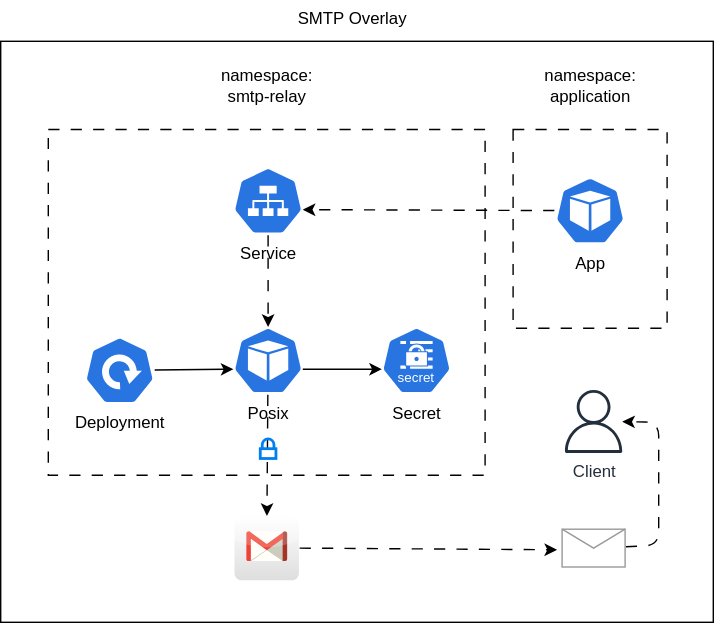
Above: diagram.drawio.svg in gersontpc/smtp-operator (draw.io), before the change. Source tidied: cells renumbered, new cells last; positions are measured from the earlier drawing's top-left corner, leaving out a move shared by most shapes.
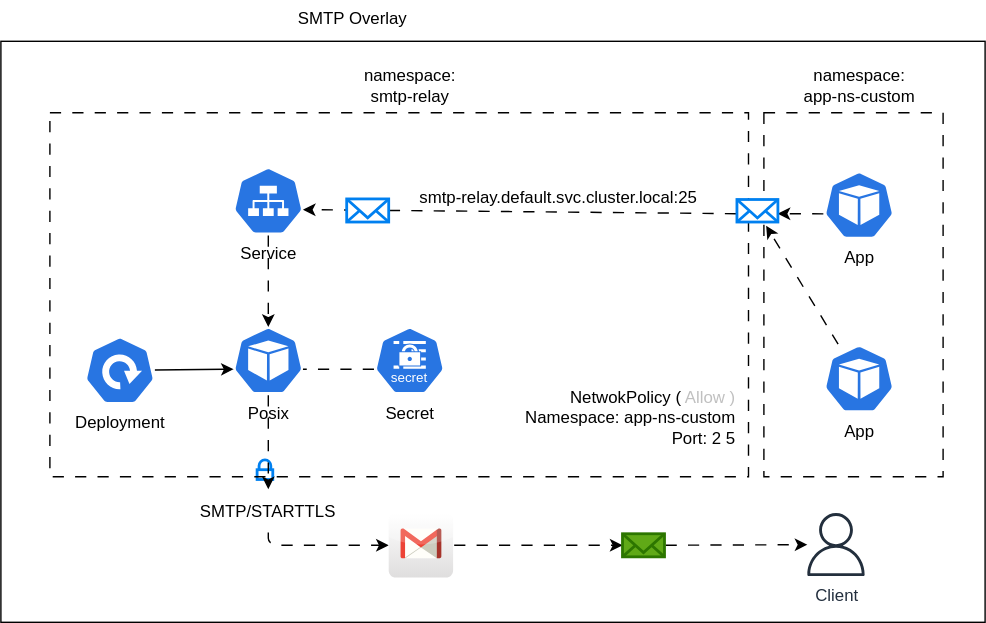
After the change.

Diff of the diagram source:
```diff
@@ -3,7 +3,7 @@
     <mxCell id="0" />
     <mxCell id="1" parent="0" />
     <mxCell id="2" style="rounded=0;whiteSpace=wrap;html=1;" parent="1" vertex="1">
-      <mxGeometry y="29" width="509" height="415" as="geometry" />
+      <mxGeometry y="29" width="703" height="415" as="geometry" />
     </mxCell>
     <mxCell id="3" value="SMTP Overlay" style="text;html=1;align=center;verticalAlign=middle;strokeColor=none;fillColor=none;" parent="1" vertex="1">
       <mxGeometry x="202.5" width="96" height="26" as="geometry" />
@@ -15,10 +15,15 @@
       <mxGeometry x="166" y="119" width="50" height="48" as="geometry" />
     </mxCell>
     <mxCell id="6" value="Secret" style="sketch=0;html=1;dashed=0;whitespace=wrap;verticalLabelPosition=bottom;verticalAlign=top;fillColor=#2875E2;strokeColor=#ffffff;points=[[0.005,0.63,0],[0.1,0.2,0],[0.9,0.2,0],[0.5,0,0],[0.995,0.63,0],[0.72,0.99,0],[0.5,1,0],[0.28,0.99,0]];shape=mxgraph.kubernetes.icon2;kubernetesLabel=1;prIcon=secret;" parent="1" vertex="1">
-      <mxGeometry x="272" y="233" width="50" height="48" as="geometry" />
+      <mxGeometry x="267" y="233" width="50" height="48" as="geometry" />
     </mxCell>
-    <mxCell id="7" style="edgeStyle=none;html=1;flowAnimation=1;" parent="1" edge="1" source="8" target="17">
-      <mxGeometry relative="1" as="geometry" />
+    <mxCell id="7" style="edgeStyle=none;html=1;flowAnimation=1;" parent="1" edge="1" source="36">
+      <mxGeometry relative="1" as="geometry">
+        <mxPoint x="277" y="389" as="targetPoint" />
+        <Array as="points">
+          <mxPoint x="191" y="389" />
+        </Array>
+      </mxGeometry>
     </mxCell>
     <mxCell id="8" value="Posix" style="sketch=0;html=1;dashed=0;whitespace=wrap;verticalLabelPosition=bottom;verticalAlign=top;fillColor=#2875E2;strokeColor=#ffffff;points=[[0.005,0.63,0],[0.1,0.2,0],[0.9,0.2,0],[0.5,0,0],[0.995,0.63,0],[0.72,0.99,0],[0.5,1,0],[0.28,0.99,0]];shape=mxgraph.kubernetes.icon2;prIcon=pod;" parent="1" vertex="1">
       <mxGeometry x="166" y="233" width="50" height="48" as="geometry" />
@@ -29,51 +34,71 @@
     <mxCell id="10" style="edgeStyle=none;html=1;entryX=0.5;entryY=0;entryDx=0;entryDy=0;entryPerimeter=0;flowAnimation=1;" parent="1" edge="1" source="5" target="8">
       <mxGeometry relative="1" as="geometry" />
     </mxCell>
-    <mxCell id="11" style="rounded=0;whiteSpace=wrap;html=1;fillColor=none;dashed=1;dashPattern=8 8;" parent="1" vertex="1">
-      <mxGeometry x="34" y="92" width="312" height="247" as="geometry" />
-    </mxCell>
-    <mxCell id="12" style="edgeStyle=none;html=1;entryX=0.005;entryY=0.63;entryDx=0;entryDy=0;entryPerimeter=0;exitX=0.995;exitY=0.63;exitDx=0;exitDy=0;exitPerimeter=0;" parent="1" edge="1" source="8" target="6">
+    <mxCell id="12" style="edgeStyle=none;html=1;entryX=0.995;entryY=0.63;entryDx=0;entryDy=0;entryPerimeter=0;endArrow=none;endFill=0;startArrow=none;startFill=0;dashed=1;dashPattern=8 8;flowAnimation=1;exitX=0.005;exitY=0.63;exitDx=0;exitDy=0;exitPerimeter=0;" parent="1" edge="1" source="6" target="8">
       <mxGeometry relative="1" as="geometry" />
     </mxCell>
     <mxCell id="13" value="namespace:&lt;br&gt;smtp-relay" style="text;html=1;align=center;verticalAlign=middle;strokeColor=none;fillColor=none;" parent="1" vertex="1">
-      <mxGeometry x="148.5" y="40" width="83" height="41" as="geometry" />
+      <mxGeometry x="250.5" y="40" width="83" height="41" as="geometry" />
     </mxCell>
     <mxCell id="14" value="App" style="sketch=0;html=1;dashed=0;whitespace=wrap;verticalLabelPosition=bottom;verticalAlign=top;fillColor=#2875E2;strokeColor=#ffffff;points=[[0.005,0.63,0],[0.1,0.2,0],[0.9,0.2,0],[0.5,0,0],[0.995,0.63,0],[0.72,0.99,0],[0.5,1,0],[0.28,0.99,0]];shape=mxgraph.kubernetes.icon2;prIcon=pod;" parent="1" vertex="1">
-      <mxGeometry x="396" y="126" width="50" height="48" as="geometry" />
+      <mxGeometry x="588" y="122" width="50" height="48" as="geometry" />
     </mxCell>
     <mxCell id="15" style="rounded=0;whiteSpace=wrap;html=1;fillColor=none;dashed=1;dashPattern=8 8;" parent="1" vertex="1">
-      <mxGeometry x="366" y="92" width="110" height="142" as="geometry" />
+      <mxGeometry x="545" y="80" width="128" height="260" as="geometry" />
     </mxCell>
-    <mxCell id="16" value="namespace:&lt;br&gt;application" style="text;html=1;align=center;verticalAlign=middle;strokeColor=none;fillColor=none;" parent="1" vertex="1">
-      <mxGeometry x="379.5" y="40" width="83" height="41" as="geometry" />
+    <mxCell id="16" value="namespace:&lt;br&gt;app-ns-custom" style="text;html=1;align=center;verticalAlign=middle;strokeColor=none;fillColor=none;" parent="1" vertex="1">
+      <mxGeometry x="564.5" y="40" width="97" height="41" as="geometry" />
     </mxCell>
     <mxCell id="17" style="dashed=0;outlineConnect=0;html=1;align=center;labelPosition=center;verticalLabelPosition=bottom;verticalAlign=top;shape=mxgraph.webicons.gmail;gradientColor=#DFDEDE;" parent="1" vertex="1">
-      <mxGeometry x="167" y="368" width="46" height="46" as="geometry" />
+      <mxGeometry x="277" y="366" width="46" height="46" as="geometry" />
     </mxCell>
-    <mxCell id="18" style="edgeStyle=none;html=1;entryX=0.995;entryY=0.63;entryDx=0;entryDy=0;entryPerimeter=0;flowAnimation=1;" parent="1" edge="1" source="14" target="5">
-      <mxGeometry relative="1" as="geometry" />
-    </mxCell>
-    <mxCell id="19" style="edgeStyle=none;html=1;flowAnimation=1;" parent="1" edge="1" source="20" target="23">
-      <mxGeometry relative="1" as="geometry">
-        <Array as="points">
-          <mxPoint x="470" y="389" />
-          <mxPoint x="470" y="301" />
-        </Array>
-      </mxGeometry>
-    </mxCell>
-    <mxCell id="20" style="verticalLabelPosition=bottom;shadow=0;dashed=0;align=center;html=1;verticalAlign=top;strokeWidth=1;shape=mxgraph.mockup.misc.mail2;strokeColor=#999999;" parent="1" vertex="1">
-      <mxGeometry x="401" y="377.5" width="45" height="27" as="geometry" />
-    </mxCell>
-    <mxCell id="21" style="edgeStyle=none;html=1;entryX=-0.08;entryY=0.544;entryDx=0;entryDy=0;entryPerimeter=0;flowAnimation=1;" parent="1" edge="1" target="20">
-      <mxGeometry relative="1" as="geometry">
-        <mxPoint x="213" y="391" as="sourcePoint" />
-      </mxGeometry>
-    </mxCell>
     <mxCell id="22" style="html=1;verticalLabelPosition=bottom;align=center;labelBackgroundColor=#ffffff;verticalAlign=top;strokeWidth=2;strokeColor=#0080F0;shadow=0;dashed=0;shape=mxgraph.ios7.icons.locked;" parent="1" vertex="1">
-      <mxGeometry x="185.4" y="313" width="11.2" height="14" as="geometry" />
+      <mxGeometry x="183" y="328" width="11.2" height="14" as="geometry" />
     </mxCell>
-    <mxCell id="23" value="Client" style="sketch=0;outlineConnect=0;fontColor=#232F3E;gradientColor=none;fillColor=#232F3D;strokeColor=none;dashed=0;verticalLabelPosition=bottom;verticalAlign=top;align=center;html=1;fontSize=12;fontStyle=0;shape=mxgraph.aws4.user;" parent="1" vertex="1">
-      <mxGeometry x="401" y="278" width="45" height="45" as="geometry" />
+    <mxCell id="23" value="Client" style="outlineConnect=0;fontColor=#232F3E;gradientColor=none;fillColor=#232F3D;strokeColor=none;dashed=0;verticalLabelPosition=bottom;verticalAlign=top;align=center;html=1;fontSize=12;fontStyle=0;shape=mxgraph.aws4.user;" parent="1" vertex="1">
+      <mxGeometry x="574" y="366" width="45" height="45" as="geometry" />
     </mxCell>
+    <mxCell id="24" style="edgeStyle=none;html=1;entryX=0.995;entryY=0.63;entryDx=0;entryDy=0;entryPerimeter=0;flowAnimation=1;exitX=0.005;exitY=0.63;exitDx=0;exitDy=0;exitPerimeter=0;" parent="1" edge="1" source="29" target="5">
+      <mxGeometry relative="1" as="geometry" />
+    </mxCell>
+    <mxCell id="25" style="rounded=0;whiteSpace=wrap;html=1;fillColor=none;dashed=1;dashPattern=8 8;" parent="1" vertex="1">
+      <mxGeometry x="35" y="80" width="499" height="260" as="geometry" />
+    </mxCell>
+    <mxCell id="26" style="html=1;verticalLabelPosition=bottom;align=center;labelBackgroundColor=#ffffff;verticalAlign=top;strokeWidth=2;strokeColor=#0080F0;shadow=0;dashed=0;shape=mxgraph.ios7.icons.mail;" parent="1" vertex="1">
+      <mxGeometry x="247" y="141.6" width="30" height="16.5" as="geometry" />
+    </mxCell>
+    <mxCell id="27" value="smtp-relay.default.svc.cluster.local:25" style="text;align=center;verticalAlign=middle;strokeColor=none;fillColor=none;fontColor=default;textShadow=0;" parent="1" vertex="1">
+      <mxGeometry x="290" y="127" width="217" height="26" as="geometry" />
+    </mxCell>
+    <mxCell id="28" style="edgeStyle=none;html=1;entryX=0.995;entryY=0.63;entryDx=0;entryDy=0;entryPerimeter=0;flowAnimation=1;exitX=0.005;exitY=0.63;exitDx=0;exitDy=0;exitPerimeter=0;" parent="1" edge="1" source="14" target="29">
+      <mxGeometry relative="1" as="geometry" />
+    </mxCell>
+    <mxCell id="29" style="html=1;verticalLabelPosition=bottom;align=center;labelBackgroundColor=#ffffff;verticalAlign=top;strokeWidth=2;strokeColor=#0080F0;shadow=0;dashed=0;shape=mxgraph.ios7.icons.mail;" parent="1" vertex="1">
+      <mxGeometry x="525.8" y="142" width="29.2" height="16.1" as="geometry" />
+    </mxCell>
+    <mxCell id="30" style="edgeStyle=none;html=1;flowAnimation=1;" parent="1" edge="1" source="34" target="23">
+      <mxGeometry relative="1" as="geometry" />
+    </mxCell>
+    <mxCell id="31" value="App" style="sketch=0;html=1;dashed=0;whitespace=wrap;verticalLabelPosition=bottom;verticalAlign=top;fillColor=#2875E2;strokeColor=#ffffff;points=[[0.005,0.63,0],[0.1,0.2,0],[0.9,0.2,0],[0.5,0,0],[0.995,0.63,0],[0.72,0.99,0],[0.5,1,0],[0.28,0.99,0]];shape=mxgraph.kubernetes.icon2;prIcon=pod;" parent="1" vertex="1">
+      <mxGeometry x="588" y="246" width="50" height="48" as="geometry" />
+    </mxCell>
+    <mxCell id="32" style="edgeStyle=none;html=1;entryX=0.713;entryY=1.168;entryDx=0;entryDy=0;entryPerimeter=0;flowAnimation=1;" parent="1" edge="1" source="31" target="29">
+      <mxGeometry relative="1" as="geometry" />
+    </mxCell>
+    <mxCell id="33" style="edgeStyle=none;html=1;flowAnimation=1;" parent="1" edge="1" source="17" target="34">
+      <mxGeometry relative="1" as="geometry" />
+    </mxCell>
+    <mxCell id="34" style="html=1;verticalLabelPosition=bottom;align=center;labelBackgroundColor=#ffffff;verticalAlign=top;strokeWidth=2;strokeColor=#2D7600;shadow=0;dashed=0;shape=mxgraph.ios7.icons.mail;fillColor=#60a917;fontColor=#ffffff;" parent="1" vertex="1">
+      <mxGeometry x="444" y="380.8" width="30" height="16.5" as="geometry" />
+    </mxCell>
+    <mxCell id="35" style="edgeStyle=none;html=1;flowAnimation=1;" parent="1" edge="1" source="8" target="36">
+      <mxGeometry relative="1" as="geometry" />
+    </mxCell>
+    <mxCell id="36" value="SMTP/STARTTLS" style="text;align=center;verticalAlign=middle;points=[];strokeColor=none;fillColor=none;fontColor=default;" parent="1" vertex="1">
+      <mxGeometry x="135" y="349" width="112" height="30" as="geometry" />
+    </mxCell>
+    <mxCell id="37" value="&lt;span style=&quot;&quot;&gt;NetwokPolicy (&lt;/span&gt;&lt;span style=&quot;color: rgb(192, 192, 192);&quot;&gt;&lt;font style=&quot;color: light-dark(rgb(192, 192, 192), rgb(0, 255, 0));&quot;&gt;Allow&lt;/font&gt;&lt;/span&gt;&lt;span style=&quot;color: rgb(192, 192, 192);&quot;&gt;)&lt;/span&gt;&lt;br style=&quot;scrollbar-color: rgb(75, 75, 75) rgb(27, 29, 30);&quot;&gt;&lt;span style=&quot;&quot;&gt;Namespace:&lt;font style=&quot;color: light-dark(rgb(0, 0, 0), rgb(0, 255, 0));&quot;&gt;&amp;nbsp;&lt;/font&gt;&lt;/span&gt;&lt;span style=&quot;background-color: transparent; color: rgb(192, 192, 192);&quot;&gt;&lt;font style=&quot;color: light-dark(rgb(0, 0, 0), rgb(0, 255, 0));&quot;&gt;app-ns-custom&lt;/font&gt;&lt;/span&gt;&lt;div&gt;&lt;font style=&quot;color: light-dark(rgb(0, 0, 0), rgb(0, 255, 0));&quot;&gt;Port: &lt;font style=&quot;color: light-dark(rgb(0, 0, 0), rgb(0, 255, 0));&quot;&gt;2&lt;/font&gt;&lt;/font&gt;&lt;font style=&quot;color: light-dark(rgb(0, 0, 0), rgb(0, 255, 0));&quot;&gt;5&lt;/font&gt;&lt;/div&gt;" style="text;html=1;align=right;verticalAlign=middle;strokeColor=none;fillColor=none;fontColor=light-dark(#000000,#9B9B9B);" parent="1" vertex="1">
+      <mxGeometry x="357.8" y="270" width="168" height="55" as="geometry" />
+    </mxCell>
   </root>
 </mxGraphModel>
```
